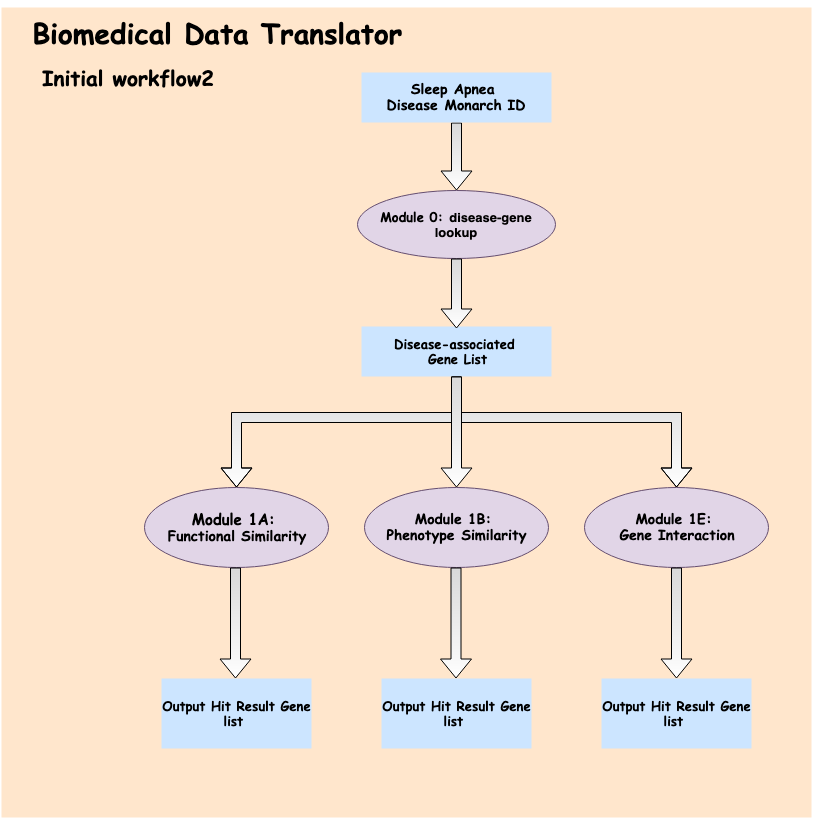
imxiaow/SleepApnea-Presentation keeps this draw.io diagram as workflow2_diagram.png. Above is the earlier version. Source tidied: cells renumbered, new cells last; positions are measured from the earlier drawing's top-left corner, leaving out a move shared by most shapes.
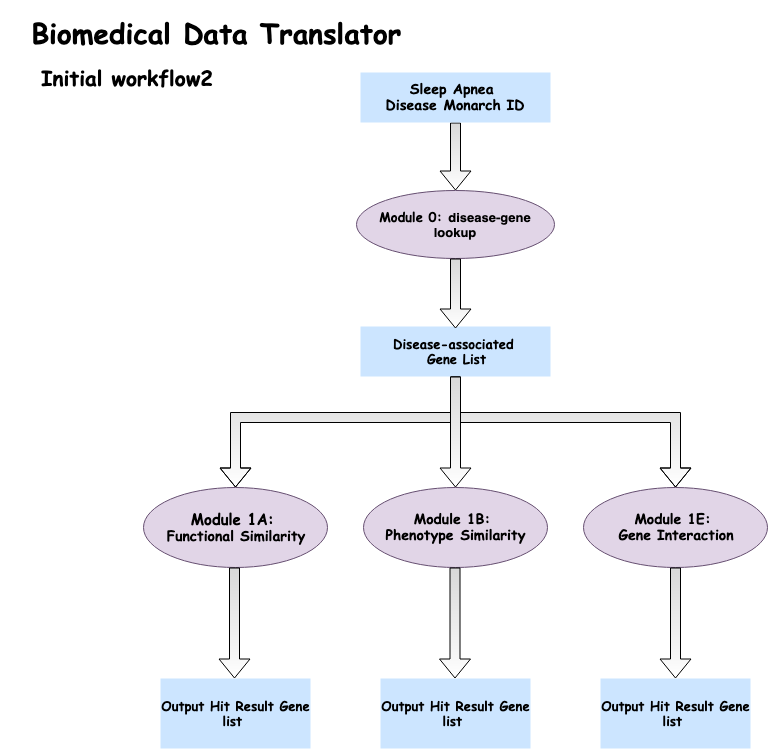
Later version of the same file.

What changed in the source:
```diff
@@ -2,9 +2,6 @@
   <root>
     <mxCell id="0" />
     <mxCell id="1" parent="0" />
-    <mxCell id="2" style="whiteSpace=wrap;html=1;strokeColor=none;strokeWidth=3;fillColor=#ffe6cc;fontFamily=Comic Sans MS;" parent="1" vertex="1">
-      <mxGeometry width="810" height="810" as="geometry" />
-    </mxCell>
     <mxCell id="3" value="&lt;h2 style=&quot;text-align: left&quot;&gt;&lt;font face=&quot;Comic Sans MS&quot; style=&quot;font-size: 21px&quot;&gt;Initial workflow2&amp;nbsp;&lt;/font&gt;&lt;/h2&gt;" style="text;html=1;strokeColor=none;fillColor=none;align=center;verticalAlign=middle;whiteSpace=wrap;rounded=0;" parent="1" vertex="1">
       <mxGeometry x="30" y="50" width="200" height="40" as="geometry" />
     </mxCell>
```
